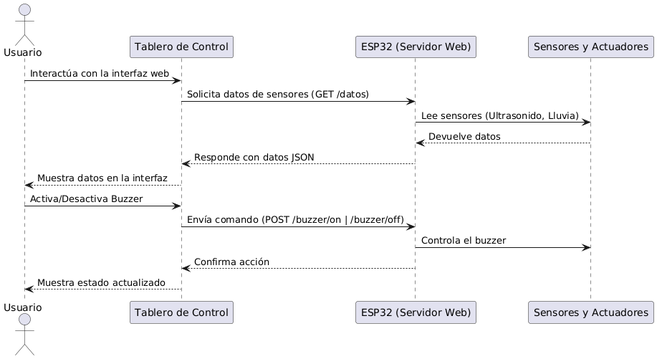
Above: UMLDiagrams/SecuenceDiagram.png in juanpa-corral/challenge3IoT (PlantUML), before the change. Its diagram source:
```plantuml
@startuml
actor Usuario
participant "Tablero de Control" as WebApp
participant "ESP32 (Servidor Web)" as ESP32
participant "Sensores y Actuadores" as Hardware

Usuario -> WebApp : Interactúa con la interfaz web
WebApp -> ESP32 : Solicita datos de sensores (GET /datos)
ESP32 -> Hardware : Lee sensores (Ultrasonido, Lluvia)
Hardware --> ESP32 : Devuelve datos
ESP32 --> WebApp : Responde con datos JSON
WebApp --> Usuario : Muestra datos en la interfaz

Usuario -> WebApp : Activa/Desactiva Buzzer
WebApp -> ESP32 : Envía comando (POST /buzzer/on | /buzzer/off)
ESP32 -> Hardware : Controla el buzzer
ESP32 --> WebApp : Confirma acción
WebApp --> Usuario : Muestra estado actualizado
@enduml
```
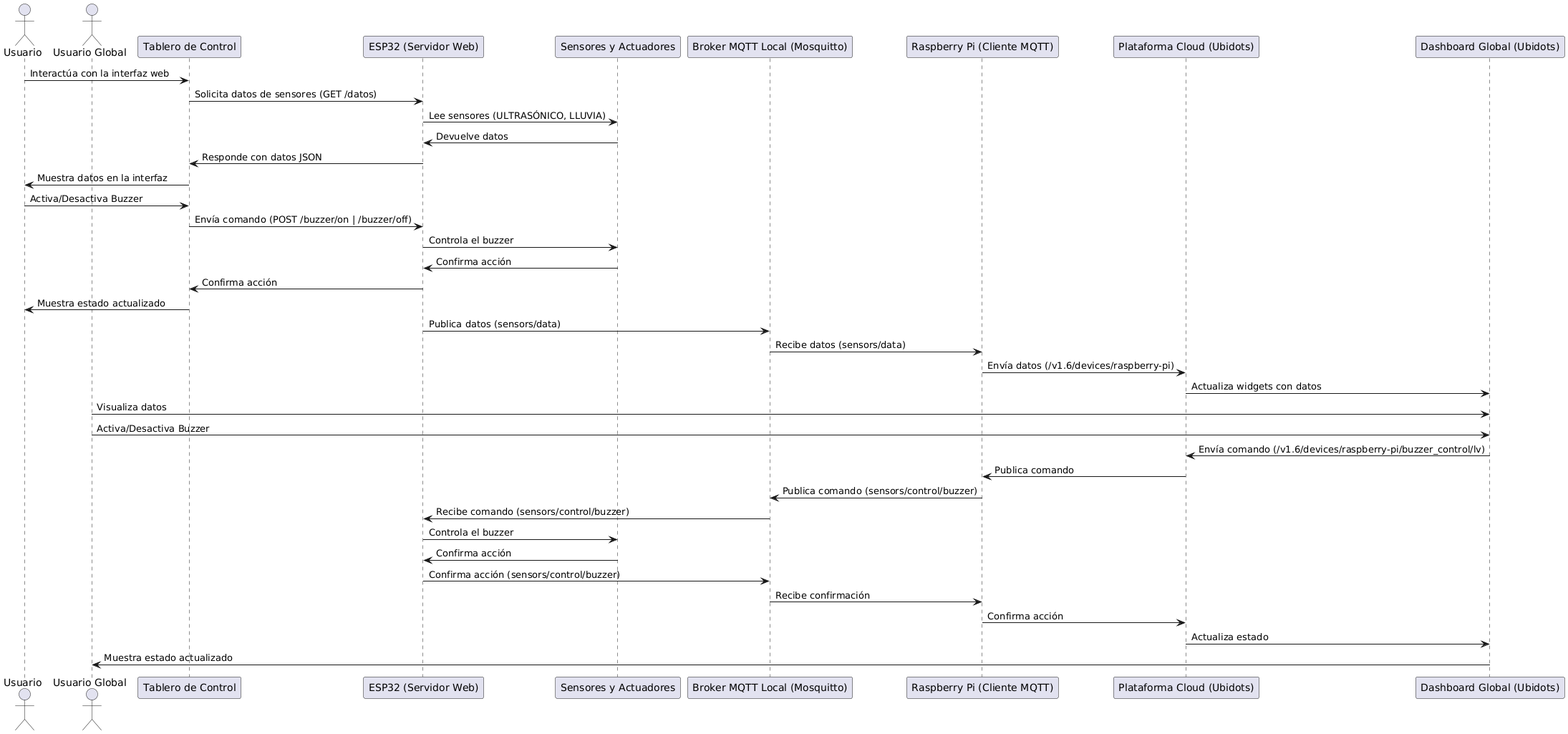
The same file after the commit.

The edit, as a diff of the source:
```diff
@@ -1,19 +1,46 @@
 @startuml
-actor Usuario
-participant "Tablero de Control" as WebApp
+actor "Usuario" as User
+actor "Usuario Global" as GlobalUser
+participant "Tablero de Control" as Dashboard
 participant "ESP32 (Servidor Web)" as ESP32
-participant "Sensores y Actuadores" as Hardware
+participant "Sensores y Actuadores" as Sensors
+participant "Broker MQTT Local (Mosquitto)" as MQTTBroker
+participant "Raspberry Pi (Cliente MQTT)" as RaspberryPi
+participant "Plataforma Cloud (Ubidots)" as Ubidots
+participant "Dashboard Global (Ubidots)" as GlobalDashboard
 
-Usuario -> WebApp : Interactúa con la interfaz web
-WebApp -> ESP32 : Solicita datos de sensores (GET /datos)
-ESP32 -> Hardware : Lee sensores (Ultrasonido, Lluvia)
-Hardware --> ESP32 : Devuelve datos
-ESP32 --> WebApp : Responde con datos JSON
-WebApp --> Usuario : Muestra datos en la interfaz
+User -> Dashboard: Interactúa con la interfaz web
+Dashboard -> ESP32: Solicita datos de sensores (GET /datos)
+ESP32 -> Sensors: Lee sensores (ULTRASÓNICO, LLUVIA)
+Sensors -> ESP32: Devuelve datos
+ESP32 -> Dashboard: Responde con datos JSON
+Dashboard -> User: Muestra datos en la interfaz
 
-Usuario -> WebApp : Activa/Desactiva Buzzer
-WebApp -> ESP32 : Envía comando (POST /buzzer/on | /buzzer/off)
-ESP32 -> Hardware : Controla el buzzer
-ESP32 --> WebApp : Confirma acción
-WebApp --> Usuario : Muestra estado actualizado
+User -> Dashboard: Activa/Desactiva Buzzer
+Dashboard -> ESP32: Envía comando (POST /buzzer/on | /buzzer/off)
+ESP32 -> Sensors: Controla el buzzer
+Sensors -> ESP32: Confirma acción
+ESP32 -> Dashboard: Confirma acción
+Dashboard -> User: Muestra estado actualizado
+
+ESP32 -> MQTTBroker: Publica datos (sensors/data)
+
+MQTTBroker -> RaspberryPi: Recibe datos (sensors/data)
+RaspberryPi -> Ubidots: Envía datos (/v1.6/devices/raspberry-pi)
+
+Ubidots -> GlobalDashboard: Actualiza widgets con datos
+GlobalUser -> GlobalDashboard: Visualiza datos
+
+GlobalUser -> GlobalDashboard: Activa/Desactiva Buzzer
+GlobalDashboard -> Ubidots: Envía comando (/v1.6/devices/raspberry-pi/buzzer_control/lv)
+Ubidots -> RaspberryPi: Publica comando
+RaspberryPi -> MQTTBroker: Publica comando (sensors/control/buzzer)
+MQTTBroker -> ESP32: Recibe comando (sensors/control/buzzer)
+ESP32 -> Sensors: Controla el buzzer
+Sensors -> ESP32: Confirma acción
+ESP32 -> MQTTBroker: Confirma acción (sensors/control/buzzer)
+MQTTBroker -> RaspberryPi: Recibe confirmación
+RaspberryPi -> Ubidots: Confirma acción
+Ubidots -> GlobalDashboard: Actualiza estado
+GlobalDashboard -> GlobalUser: Muestra estado actualizado
 @enduml
```
